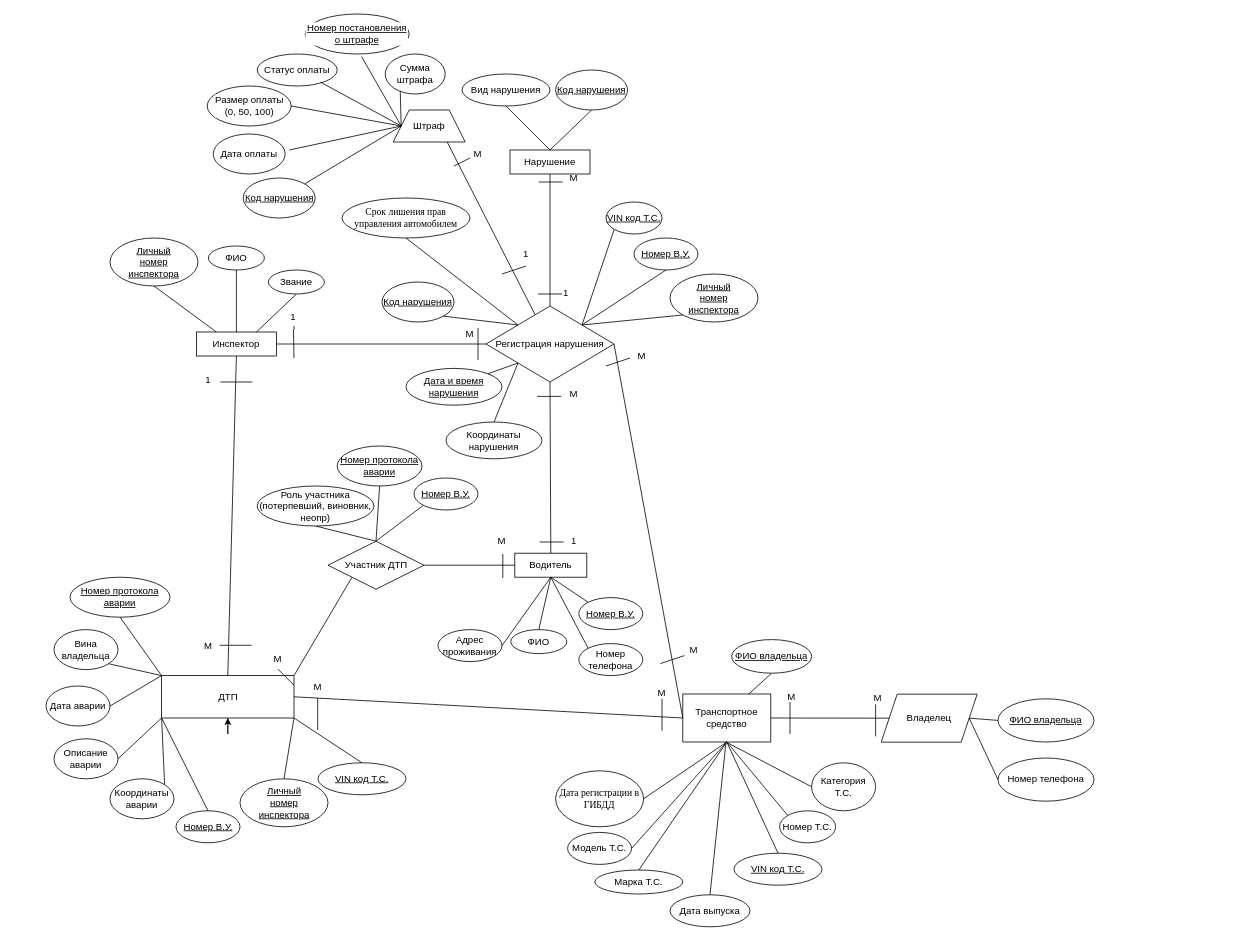
This is Диаграмма без названия.drawio from GAIshnik02/dbLab2, a draw.io file, before an edit. Source tidied: cells renumbered, new cells numbered last; positions are measured from the earlier drawing's top-left corner, leaving out a move shared by most shapes. Both pictures are drawn from the tidied source at 80%, with x=0, y=0 at pixel (46, 14).
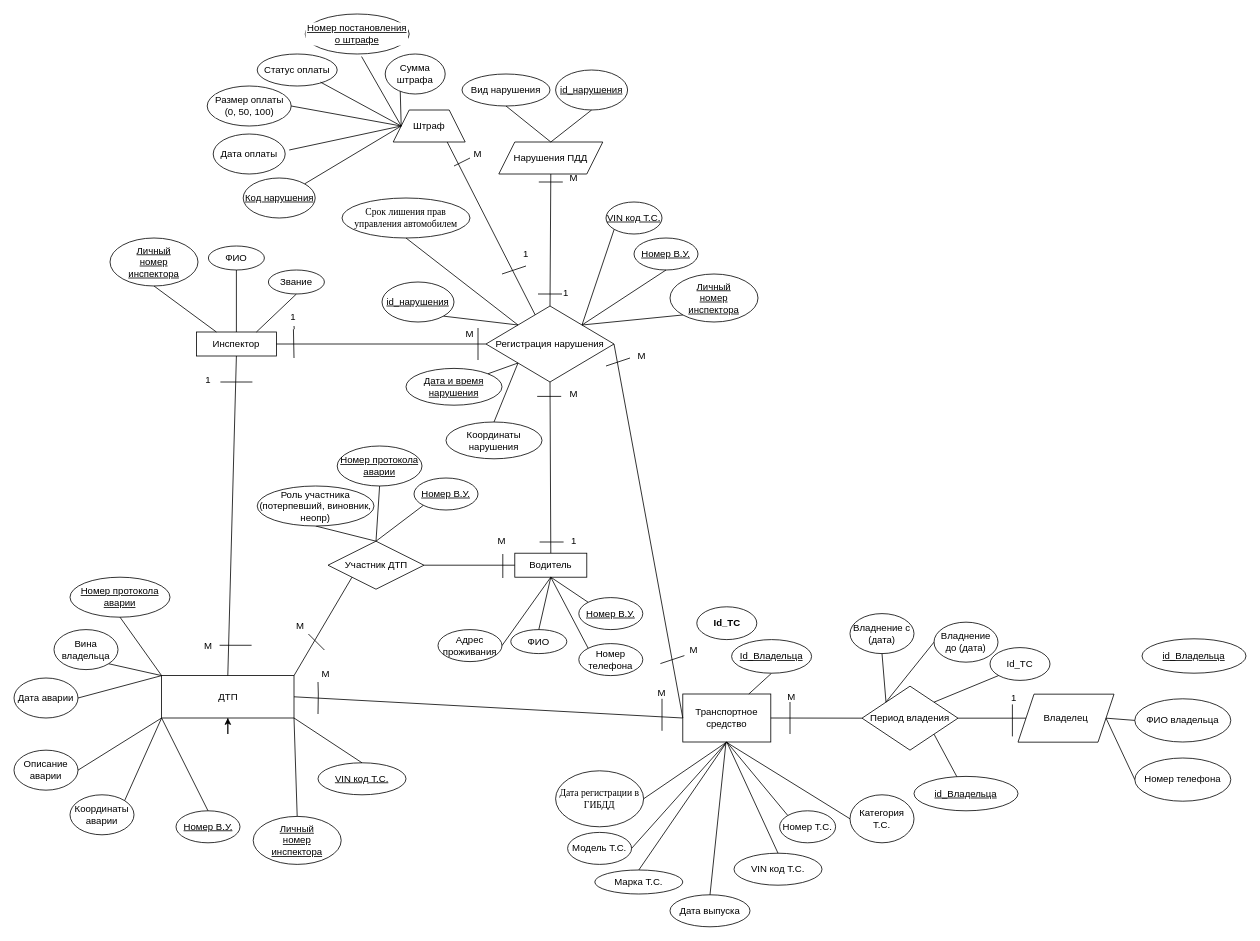
The same diagram, later.

The change refers to these unchanged cells:
```xml
<mxCell id="15" value="Транспортное&lt;div&gt;средство&lt;/div&gt;" style="rounded=0;whiteSpace=wrap;html=1;" parent="1" vertex="1">
  <mxGeometry x="796" y="850" width="110" height="60" as="geometry" />
</mxCell>
```

The edit, as a diff of the source:
```diff
@@
-    <mxCell id="12" value="Нарушение" style="rounded=0;whiteSpace=wrap;html=1;" parent="1" vertex="1">
-      <mxGeometry x="580" y="170" width="100" height="30" as="geometry" />
+    <mxCell id="12" value="Нарушения ПДД" style="shape=parallelogram;perimeter=parallelogramPerimeter;whiteSpace=wrap;html=1;fixedSize=1;" parent="1" vertex="1">
+      <mxGeometry x="566" y="160" width="130" height="40" as="geometry" />
     </mxCell>
@@
     <mxCell id="26" value="Категория Т.С." style="ellipse;whiteSpace=wrap;html=1;" parent="1" vertex="1">
-      <mxGeometry x="957" y="936" width="80" height="60" as="geometry" />
+      <mxGeometry x="1005" y="976" width="80" height="60" as="geometry" />
     </mxCell>
-    <mxCell id="27" value="VIN код Т.С." style="ellipse;whiteSpace=wrap;html=1;fontStyle=4;" parent="1" vertex="1">
+    <mxCell id="27" value="VIN код Т.С." style="ellipse;whiteSpace=wrap;html=1;fontStyle=0;" parent="1" vertex="1">
       <mxGeometry x="860" y="1049" width="110" height="40" as="geometry" />
     </mxCell>
@@
-    <mxCell id="30" value="Код нарушения" style="ellipse;whiteSpace=wrap;html=1;fontStyle=4;" parent="1" vertex="1">
+    <mxCell id="30" value="id_нарушения" style="ellipse;whiteSpace=wrap;html=1;fontStyle=4;" parent="1" vertex="1">
       <mxGeometry x="637" y="70" width="90" height="50" as="geometry" />
     </mxCell>
@@
-    <mxCell id="40" value="Код нарушения" style="ellipse;whiteSpace=wrap;html=1;fontStyle=4;horizontal=1;strokeColor=default;" parent="1" vertex="1">
+    <mxCell id="40" value="id_нарушения" style="ellipse;whiteSpace=wrap;html=1;fontStyle=4;horizontal=1;strokeColor=default;" parent="1" vertex="1">
       <mxGeometry x="420" y="335" width="90" height="50" as="geometry" />
     </mxCell>
@@
-    <mxCell id="57" style="endArrow=none;html=1;rounded=0;entryX=0;entryY=0.5;entryDx=0;entryDy=0;exitX=1;exitY=0.5;exitDx=0;exitDy=0;" parent="1" edge="1" source="15" target="58">
+    <mxCell id="57" style="endArrow=none;html=1;rounded=0;exitX=1;exitY=0.5;exitDx=0;exitDy=0;entryX=0;entryY=0.5;entryDx=0;entryDy=0;" parent="1" edge="1" source="15" target="145">
       <mxGeometry relative="1" as="geometry" />
     </mxCell>
     <mxCell id="58" value="Владелец" style="shape=parallelogram;perimeter=parallelogramPerimeter;whiteSpace=wrap;html=1;fixedSize=1;" parent="1" vertex="1">
-      <mxGeometry x="1044" y="850.2" width="120" height="60" as="geometry" />
+      <mxGeometry x="1215" y="850.2" width="120" height="60" as="geometry" />
     </mxCell>
@@
     <mxCell id="62" value="Координаты аварии" style="ellipse;whiteSpace=wrap;html=1;" parent="1" vertex="1">
-      <mxGeometry x="80" y="956" width="80" height="50" as="geometry" />
+      <mxGeometry x="30" y="976" width="80" height="50" as="geometry" />
     </mxCell>
     <mxCell id="63" value="Дата аварии" style="ellipse;whiteSpace=wrap;html=1;" parent="1" vertex="1">
-      <mxGeometry y="840" width="80" height="50" as="geometry" />
+      <mxGeometry x="-40" y="830" width="80" height="50" as="geometry" />
     </mxCell>
@@
     <mxCell id="65" value="Описание аварии" style="ellipse;whiteSpace=wrap;html=1;" parent="1" vertex="1">
-      <mxGeometry x="10" y="906" width="80" height="50" as="geometry" />
+      <mxGeometry x="-40" y="920.2" width="80" height="50" as="geometry" />
     </mxCell>
@@
     <mxCell id="78" value="&lt;u&gt;Личный&lt;/u&gt;&lt;div&gt;&lt;u&gt;номер&lt;/u&gt;&lt;/div&gt;&lt;div&gt;&lt;u&gt;инспектора&lt;/u&gt;&lt;/div&gt;" style="ellipse;whiteSpace=wrap;html=1;" parent="1" vertex="1">
-      <mxGeometry x="242.5" y="956" width="110" height="60" as="geometry" />
+      <mxGeometry x="259" y="1003" width="110" height="60" as="geometry" />
     </mxCell>
@@
     <mxCell id="96" value="Номер телефона" style="ellipse;whiteSpace=wrap;html=1;" parent="1" vertex="1">
-      <mxGeometry x="1190" y="930" width="120" height="54" as="geometry" />
+      <mxGeometry x="1361" y="930" width="120" height="54" as="geometry" />
     </mxCell>
-    <mxCell id="97" value="ФИО владельца" style="ellipse;whiteSpace=wrap;html=1;fontStyle=4;" parent="1" vertex="1">
-      <mxGeometry x="1190" y="856" width="120" height="54" as="geometry" />
+    <mxCell id="97" value="ФИО владельца" style="ellipse;whiteSpace=wrap;html=1;fontStyle=0;" parent="1" vertex="1">
+      <mxGeometry x="1361" y="856" width="120" height="54" as="geometry" />
     </mxCell>
@@
-    <mxCell id="101" value="ФИО владельца" style="ellipse;whiteSpace=wrap;html=1;fontStyle=4;" parent="1" vertex="1">
+    <mxCell id="101" value="Id_Владельца" style="ellipse;whiteSpace=wrap;html=1;fontStyle=4;" parent="1" vertex="1">
       <mxGeometry x="857" y="782" width="100" height="42" as="geometry" />
     </mxCell>
@@
     <mxCell id="108" style="endArrow=none;html=1;rounded=0;" parent="1" edge="1">
       <mxGeometry relative="1" as="geometry">
-        <mxPoint x="339.6" y="895" as="sourcePoint" />
-        <mxPoint x="339.6" y="855" as="targetPoint" />
+        <mxPoint x="340" y="875" as="sourcePoint" />
+        <mxPoint x="340" y="835" as="targetPoint" />
+        <Array as="points">
+          <mxPoint x="340.4" y="850" />
+        </Array>
       </mxGeometry>
     </mxCell>
@@
     <mxCell id="111" style="endArrow=none;html=1;rounded=0;" parent="1" edge="1">
       <mxGeometry relative="1" as="geometry">
-        <mxPoint x="1037" y="903" as="sourcePoint" />
-        <mxPoint x="1037" y="863" as="targetPoint" />
+        <mxPoint x="1208" y="903" as="sourcePoint" />
+        <mxPoint x="1208" y="863" as="targetPoint" />
       </mxGeometry>
     </mxCell>
     <mxCell id="112" style="endArrow=none;html=1;rounded=0;" parent="1" edge="1">
       <mxGeometry relative="1" as="geometry">
-        <mxPoint x="290" y="819" as="sourcePoint" />
-        <mxPoint x="310" y="839" as="targetPoint" />
+        <mxPoint x="328" y="775" as="sourcePoint" />
+        <mxPoint x="348" y="795" as="targetPoint" />
       </mxGeometry>
     </mxCell>
@@
-    <mxCell id="126" value="M" style="text;strokeColor=none;align=center;fillColor=none;html=1;verticalAlign=middle;whiteSpace=wrap;rounded=0;" parent="1" vertex="1">
-      <mxGeometry x="1010" y="840" width="60" height="30" as="geometry" />
+    <mxCell id="126" value="1" style="text;strokeColor=none;align=center;fillColor=none;html=1;verticalAlign=middle;whiteSpace=wrap;rounded=0;" parent="1" vertex="1">
+      <mxGeometry x="1180" y="840" width="60" height="30" as="geometry" />
     </mxCell>
@@
     <mxCell id="129" value="M" style="text;strokeColor=none;align=center;fillColor=none;html=1;verticalAlign=middle;whiteSpace=wrap;rounded=0;" parent="1" vertex="1">
-      <mxGeometry x="310" y="827" width="60" height="30" as="geometry" />
+      <mxGeometry x="320" y="810.2" width="60" height="30" as="geometry" />
     </mxCell>
@@
     <mxCell id="139" value="M" style="text;strokeColor=none;align=center;fillColor=none;html=1;verticalAlign=middle;whiteSpace=wrap;rounded=0;" parent="1" vertex="1">
-      <mxGeometry x="260" y="792" width="60" height="30" as="geometry" />
+      <mxGeometry x="288" y="749.5" width="60" height="30" as="geometry" />
     </mxCell>
@@
+    <mxCell id="145" value="Период владения" style="rhombus;whiteSpace=wrap;html=1;" parent="1" vertex="1">
+      <mxGeometry x="1020" y="840.2" width="120" height="80" as="geometry" />
+    </mxCell>
+    <mxCell id="146" style="endArrow=none;html=1;rounded=0;entryX=1;entryY=0.5;entryDx=0;entryDy=0;exitX=0;exitY=0.5;exitDx=0;exitDy=0;" parent="1" edge="1" source="58" target="145">
+      <mxGeometry relative="1" as="geometry" />
+    </mxCell>
+    <mxCell id="147" value="Владнение с (дата)" style="ellipse;whiteSpace=wrap;html=1;" parent="1" vertex="1">
+      <mxGeometry x="1005" y="749.5" width="80" height="50" as="geometry" />
+    </mxCell>
+    <mxCell id="148" value="Владнение до (дата)" style="ellipse;whiteSpace=wrap;html=1;" parent="1" vertex="1">
+      <mxGeometry x="1110" y="760.2" width="80" height="50" as="geometry" />
+    </mxCell>
+    <mxCell id="149" value="id_Владельца" style="ellipse;whiteSpace=wrap;html=1;fontStyle=4;" parent="1" vertex="1">
+      <mxGeometry x="1370" y="781" width="130" height="43" as="geometry" />
+    </mxCell>
+    <mxCell id="150" value="id_Владельца" style="ellipse;whiteSpace=wrap;html=1;fontStyle=4;" parent="1" vertex="1">
+      <mxGeometry x="1085" y="953" width="130" height="43" as="geometry" />
+    </mxCell>
+    <mxCell id="151" style="endArrow=none;html=1;rounded=0;exitX=0.5;exitY=1;exitDx=0;exitDy=0;entryX=0;entryY=0;entryDx=0;entryDy=0;" parent="1" edge="1" source="147" target="145">
+      <mxGeometry relative="1" as="geometry" />
+    </mxCell>
+    <mxCell id="152" style="endArrow=none;html=1;rounded=0;entryX=0;entryY=0.5;entryDx=0;entryDy=0;" parent="1" edge="1" target="148">
+      <mxGeometry relative="1" as="geometry">
+        <mxPoint x="1050" y="860" as="sourcePoint" />
+      </mxGeometry>
+    </mxCell>
+    <mxCell id="153" style="endArrow=none;html=1;rounded=0;exitX=1;exitY=1;exitDx=0;exitDy=0;" parent="1" edge="1" source="145" target="150">
+      <mxGeometry relative="1" as="geometry" />
+    </mxCell>
+    <mxCell id="154" value="Id_ТС" style="ellipse;whiteSpace=wrap;html=1;fontStyle=1;" parent="1" vertex="1">
+      <mxGeometry x="813.5" y="741" width="75" height="41" as="geometry" />
+    </mxCell>
+    <mxCell id="155" value="Id_ТС" style="ellipse;whiteSpace=wrap;html=1;fontStyle=0;" parent="1" vertex="1">
+      <mxGeometry x="1180" y="792" width="75" height="41" as="geometry" />
+    </mxCell>
+    <mxCell id="156" style="endArrow=none;html=1;rounded=0;exitX=1;exitY=0;exitDx=0;exitDy=0;entryX=0;entryY=1;entryDx=0;entryDy=0;" parent="1" edge="1" source="145" target="155">
+      <mxGeometry relative="1" as="geometry" />
+    </mxCell>
```
